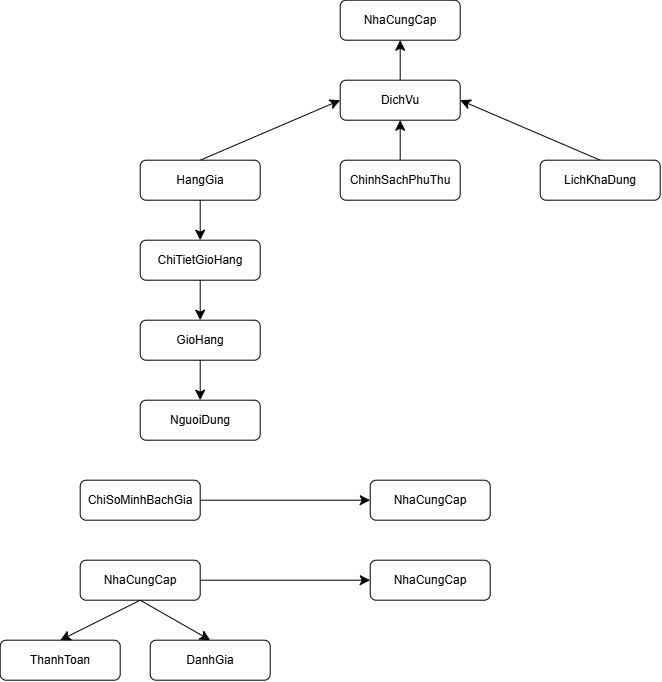
This is so_do_erd_buoi3.png from hagiang27/travel-booking, a draw.io export, as it was before one commit. Source tidied: cells renumbered, new cells last; positions are measured from the earlier drawing's top-left corner, leaving out a move shared by most shapes.
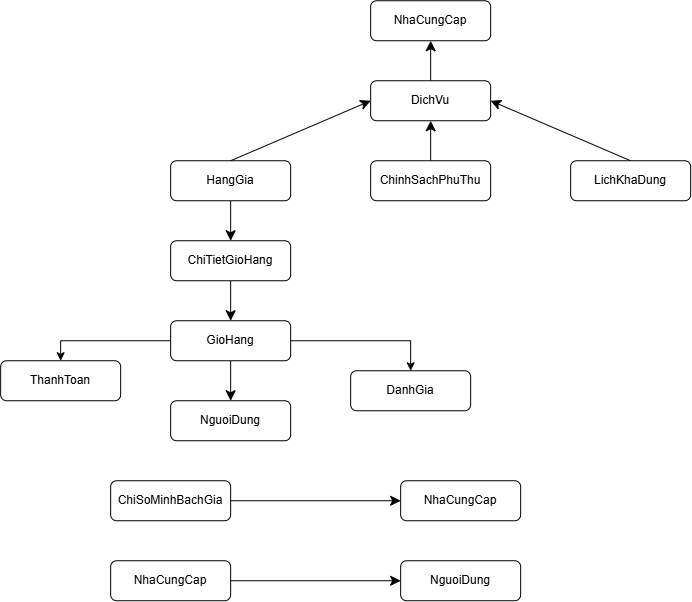
After the commit.

Change to the diagram source:
```diff
@@ -16,6 +16,12 @@
     <mxCell id="5" style="edgeStyle=none;curved=1;rounded=0;jettySize=auto;html=1;exitX=0.5;exitY=1;exitDx=0;exitDy=0;entryX=0.5;entryY=0;entryDx=0;entryDy=0;fontSize=12;startSize=8;endSize=8;" parent="1" edge="1" source="6" target="19">
       <mxGeometry relative="1" as="geometry" />
     </mxCell>
+    <mxCell id="27" style="edgeStyle=orthogonalEdgeStyle;rounded=0;jettySize=auto;html=1;exitX=0;exitY=0.5;exitDx=0;exitDy=0;entryX=0.5;entryY=0;entryDx=0;entryDy=0;" parent="1" edge="1" source="6" target="26">
+      <mxGeometry relative="1" as="geometry" />
+    </mxCell>
+    <mxCell id="28" style="edgeStyle=orthogonalEdgeStyle;rounded=0;jettySize=auto;html=1;exitX=1;exitY=0.5;exitDx=0;exitDy=0;entryX=0.5;entryY=0;entryDx=0;entryDy=0;" parent="1" edge="1" source="6" target="25">
+      <mxGeometry relative="1" as="geometry" />
+    </mxCell>
     <mxCell id="6" value="&lt;div&gt;  GioHang&lt;/div&gt;" style="rounded=1;whiteSpace=wrap;html=1;" parent="1" vertex="1">
       <mxGeometry x="140" y="320" width="120" height="40" as="geometry" />
     </mxCell>
@@ -61,23 +67,17 @@
     <mxCell id="20" style="edgeStyle=none;curved=1;rounded=0;jettySize=auto;html=1;exitX=1;exitY=0.5;exitDx=0;exitDy=0;entryX=0;entryY=0.5;entryDx=0;entryDy=0;fontSize=12;startSize=8;endSize=8;" parent="1" edge="1" source="23" target="24">
       <mxGeometry relative="1" as="geometry" />
     </mxCell>
-    <mxCell id="21" style="edgeStyle=none;curved=1;rounded=0;jettySize=auto;html=1;exitX=0.5;exitY=1;exitDx=0;exitDy=0;entryX=0.5;entryY=0;entryDx=0;entryDy=0;fontSize=12;startSize=8;endSize=8;" parent="1" edge="1" source="23" target="26">
-      <mxGeometry relative="1" as="geometry" />
-    </mxCell>
-    <mxCell id="22" style="edgeStyle=none;curved=1;rounded=0;jettySize=auto;html=1;exitX=0.5;exitY=1;exitDx=0;exitDy=0;entryX=0.5;entryY=0;entryDx=0;entryDy=0;fontSize=12;startSize=8;endSize=8;" parent="1" edge="1" source="23" target="25">
-      <mxGeometry relative="1" as="geometry" />
-    </mxCell>
     <mxCell id="23" value="&lt;div&gt;  NhaCungCap&lt;br/&gt;&lt;/div&gt;" style="rounded=1;whiteSpace=wrap;html=1;" parent="1" vertex="1">
       <mxGeometry x="80" y="560" width="120" height="40" as="geometry" />
     </mxCell>
-    <mxCell id="24" value="&lt;div&gt;  NhaCungCap&lt;br/&gt;&lt;/div&gt;" style="rounded=1;whiteSpace=wrap;html=1;" parent="1" vertex="1">
+    <mxCell id="24" value="&lt;div&gt;  NguoiDung&lt;br&gt;&lt;/div&gt;" style="rounded=1;whiteSpace=wrap;html=1;" parent="1" vertex="1">
       <mxGeometry x="370" y="560" width="120" height="40" as="geometry" />
     </mxCell>
     <mxCell id="25" value="&lt;div&gt;  DanhGia&lt;br&gt;&lt;/div&gt;" style="rounded=1;whiteSpace=wrap;html=1;" parent="1" vertex="1">
-      <mxGeometry x="150" y="640" width="120" height="40" as="geometry" />
+      <mxGeometry x="320" y="370" width="120" height="40" as="geometry" />
     </mxCell>
     <mxCell id="26" value="&lt;div&gt;  ThanhToan&lt;br&gt;&lt;/div&gt;" style="rounded=1;whiteSpace=wrap;html=1;" parent="1" vertex="1">
-      <mxGeometry y="640" width="120" height="40" as="geometry" />
+      <mxGeometry x="-30" y="360" width="120" height="40" as="geometry" />
     </mxCell>
   </root>
 </mxGraphModel>
```
